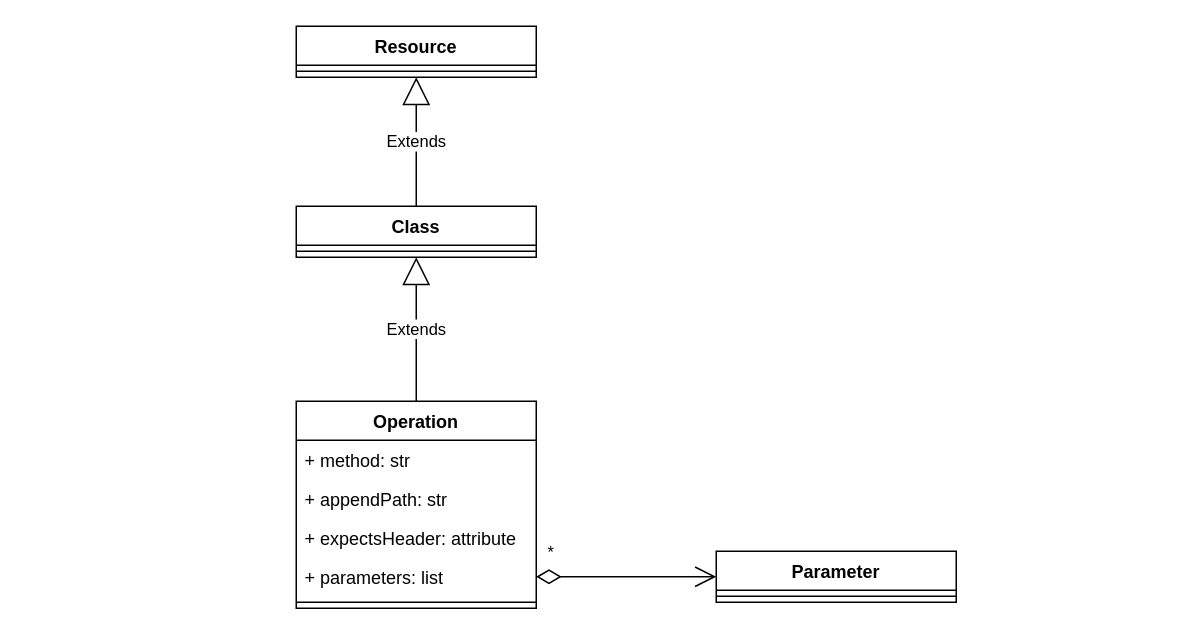
The draw.io diagram page "Vocab" (1 of 2) of src/hyper_resource/context/hyper-resource-vocabulary.drawio in IDEHCO3/hyper-resource-sanic, before the edit. Source tidied: cells renumbered, new cells numbered last; positions are measured from the earlier drawing's top-left corner, leaving out a move shared by most shapes. Both pictures are drawn from the tidied source at 150%, with x=0, y=0 at pixel (296, 26).
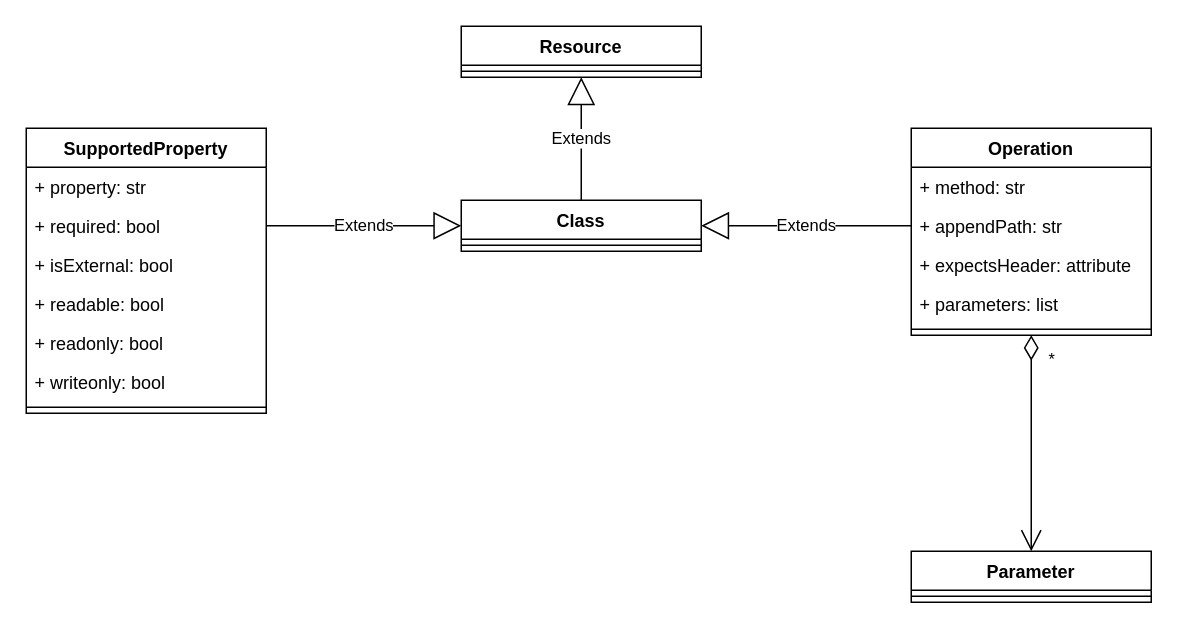
The same diagram, later.

Commit message (it also covers changes not shown here):
Added supported properties to Hyper Resource vocabulary

Unchanged cells that the change refers to:
```xml
<mxCell id="4" value="+ appendPath: str" style="text;strokeColor=none;fillColor=none;align=left;verticalAlign=top;spacingLeft=4;spacingRight=4;overflow=hidden;points=[[0,0.5],[1,0.5]];portConstraint=eastwest;" parent="2" vertex="1">
  <mxGeometry y="52" width="160" height="26" as="geometry" />
</mxCell>
<mxCell id="6" value="+ parameters: list" style="text;strokeColor=none;fillColor=none;align=left;verticalAlign=top;spacingLeft=4;spacingRight=4;overflow=hidden;points=[[0,0.5],[1,0.5]];portConstraint=eastwest;" parent="2" vertex="1">
  <mxGeometry y="104" width="160" height="26" as="geometry" />
</mxCell>
```

The edit, as a diff of the source:
```diff
@@
     <mxCell id="2" value="Operation" style="swimlane;fontStyle=1;align=center;verticalAlign=top;horizontal=1;startSize=26;" parent="1" vertex="1">
-      <mxGeometry y="250" width="160" height="138" as="geometry" />
+      <mxGeometry x="410" y="68" width="160" height="138" as="geometry" />
     </mxCell>
@@
     <mxCell id="8" value="Class" style="swimlane;fontStyle=1;align=center;verticalAlign=top;horizontal=1;startSize=26;" parent="1" vertex="1">
-      <mxGeometry y="120" width="160" height="34" as="geometry" />
+      <mxGeometry x="110" y="116" width="160" height="34" as="geometry" />
     </mxCell>
@@
     <mxCell id="10" value="Resource" style="swimlane;fontStyle=1;align=center;verticalAlign=top;horizontal=1;startSize=26;" parent="1" vertex="1">
-      <mxGeometry width="160" height="34" as="geometry" />
+      <mxGeometry x="110" width="160" height="34" as="geometry" />
     </mxCell>
@@
-    <mxCell id="12" value="Extends" style="endArrow=block;endSize=16;endFill=0;html=1;entryX=0.5;entryY=1;entryDx=0;entryDy=0;exitX=0.5;exitY=0;exitDx=0;exitDy=0;" parent="1" edge="1" source="2" target="8">
+    <mxCell id="12" value="Extends" style="endArrow=block;endSize=16;endFill=0;html=1;entryX=1;entryY=0.5;entryDx=0;entryDy=0;exitX=0;exitY=0.5;exitDx=0;exitDy=0;" parent="1" edge="1" source="4" target="8">
       <mxGeometry relative="1" as="geometry" />
     </mxCell>
@@
     <mxCell id="14" value="Parameter" style="swimlane;fontStyle=1;align=center;verticalAlign=top;horizontal=1;startSize=26;" parent="1" vertex="1">
-      <mxGeometry x="280" y="350" width="160" height="34" as="geometry" />
+      <mxGeometry x="410" y="350" width="160" height="34" as="geometry" />
     </mxCell>
@@
+    <mxCell id="17" value="SupportedProperty" style="swimlane;fontStyle=1;align=center;verticalAlign=top;horizontal=1;startSize=26;" parent="1" vertex="1">
+      <mxGeometry x="-180" y="68" width="160" height="190" as="geometry" />
+    </mxCell>
+    <mxCell id="18" value="+ property: str" style="text;strokeColor=none;fillColor=none;align=left;verticalAlign=top;spacingLeft=4;spacingRight=4;overflow=hidden;" parent="17" vertex="1">
+      <mxGeometry y="26" width="160" height="26" as="geometry" />
+    </mxCell>
+    <mxCell id="19" value="+ required: bool" style="text;strokeColor=none;fillColor=none;align=left;verticalAlign=top;spacingLeft=4;spacingRight=4;overflow=hidden;points=[[0,0.5],[1,0.5]];portConstraint=eastwest;" parent="17" vertex="1">
+      <mxGeometry y="52" width="160" height="26" as="geometry" />
+    </mxCell>
+    <mxCell id="20" value="+ isExternal: bool&#10;" style="text;strokeColor=none;fillColor=none;align=left;verticalAlign=top;spacingLeft=4;spacingRight=4;overflow=hidden;" parent="17" vertex="1">
+      <mxGeometry y="78" width="160" height="26" as="geometry" />
+    </mxCell>
+    <mxCell id="21" value="+ readable: bool" style="text;strokeColor=none;fillColor=none;align=left;verticalAlign=top;spacingLeft=4;spacingRight=4;overflow=hidden;" parent="17" vertex="1">
+      <mxGeometry y="104" width="160" height="26" as="geometry" />
+    </mxCell>
+    <mxCell id="22" value="+ readonly: bool" style="text;strokeColor=none;fillColor=none;align=left;verticalAlign=top;spacingLeft=4;spacingRight=4;overflow=hidden;" parent="17" vertex="1">
+      <mxGeometry y="130" width="160" height="26" as="geometry" />
+    </mxCell>
+    <mxCell id="23" value="+ writeonly: bool" style="text;strokeColor=none;fillColor=none;align=left;verticalAlign=top;spacingLeft=4;spacingRight=4;overflow=hidden;" parent="17" vertex="1">
+      <mxGeometry y="156" width="160" height="26" as="geometry" />
+    </mxCell>
+    <mxCell id="24" style="line;strokeWidth=1;fillColor=none;align=left;verticalAlign=middle;spacingTop=-1;spacingLeft=3;spacingRight=3;labelPosition=right;" parent="17" vertex="1">
+      <mxGeometry y="182" width="160" height="8" as="geometry" />
+    </mxCell>
-    <mxCell id="16" value="*" style="endArrow=open;html=1;endSize=12;startArrow=diamondThin;startSize=14;startFill=0;edgeStyle=orthogonalEdgeStyle;align=left;verticalAlign=bottom;exitX=1;exitY=0.5;exitDx=0;exitDy=0;entryX=0;entryY=0.5;entryDx=0;entryDy=0;" parent="1" edge="1" source="6" target="14">
-      <mxGeometry x="-0.9" y="7" relative="1" as="geometry" />
+    <mxCell id="16" value="*" style="endArrow=open;html=1;endSize=12;startArrow=diamondThin;startSize=14;startFill=0;edgeStyle=orthogonalEdgeStyle;align=left;verticalAlign=bottom;exitX=0.5;exitY=1;exitDx=0;exitDy=0;entryX=0.5;entryY=0;entryDx=0;entryDy=0;" parent="1" edge="1" source="2" target="14">
+      <mxGeometry x="-0.65" y="10" relative="1" as="geometry">
+        <Array as="points">
+          <mxPoint x="490" y="240" />
+          <mxPoint x="490" y="240" />
+        </Array>
+      </mxGeometry>
     </mxCell>
+    <mxCell id="25" value="Extends" style="endArrow=block;endSize=16;endFill=0;html=1;entryX=0;entryY=0.5;entryDx=0;entryDy=0;exitX=1;exitY=0.5;exitDx=0;exitDy=0;" parent="1" edge="1" source="19" target="8">
+      <mxGeometry relative="1" as="geometry" />
+    </mxCell>
```
